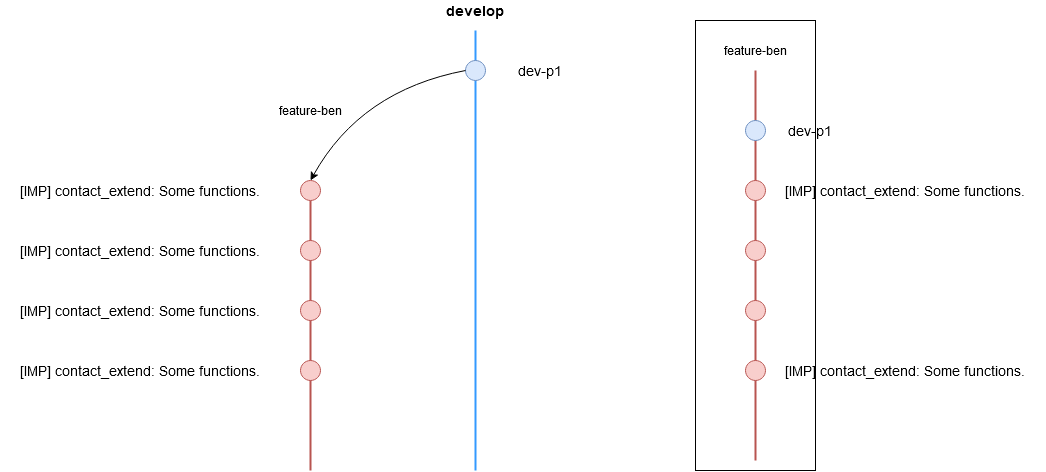
This is gitBranchModel/createPersonalBranch.png from alreadytakenn/images, a draw.io export, as it was before one commit. Source tidied: cells renumbered, new cells last; positions are measured from the earlier drawing's top-left corner, leaving out a move shared by most shapes.
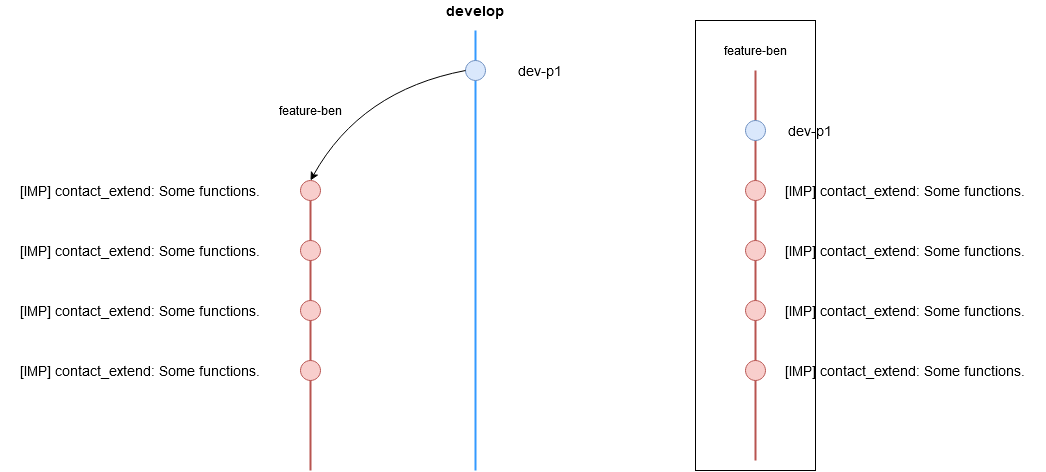
The same file after the commit.

What changed in the source:
```diff
@@ -84,5 +84,11 @@
     <mxCell id="27" value="[IMP] contact_extend: Some functions." style="text;html=1;strokeColor=none;fillColor=none;align=center;verticalAlign=middle;whiteSpace=wrap;rounded=0;fontSize=14;" parent="1" vertex="1">
       <mxGeometry x="765" y="360" width="280" height="20" as="geometry" />
     </mxCell>
+    <mxCell id="28" value="[IMP] contact_extend: Some functions." style="text;html=1;strokeColor=none;fillColor=none;align=center;verticalAlign=middle;whiteSpace=wrap;rounded=0;fontSize=14;" parent="1" vertex="1">
+      <mxGeometry x="765" y="240" width="280" height="20" as="geometry" />
+    </mxCell>
+    <mxCell id="29" value="[IMP] contact_extend: Some functions." style="text;html=1;strokeColor=none;fillColor=none;align=center;verticalAlign=middle;whiteSpace=wrap;rounded=0;fontSize=14;" parent="1" vertex="1">
+      <mxGeometry x="765" y="300" width="280" height="20" as="geometry" />
+    </mxCell>
   </root>
 </mxGraphModel>
```
